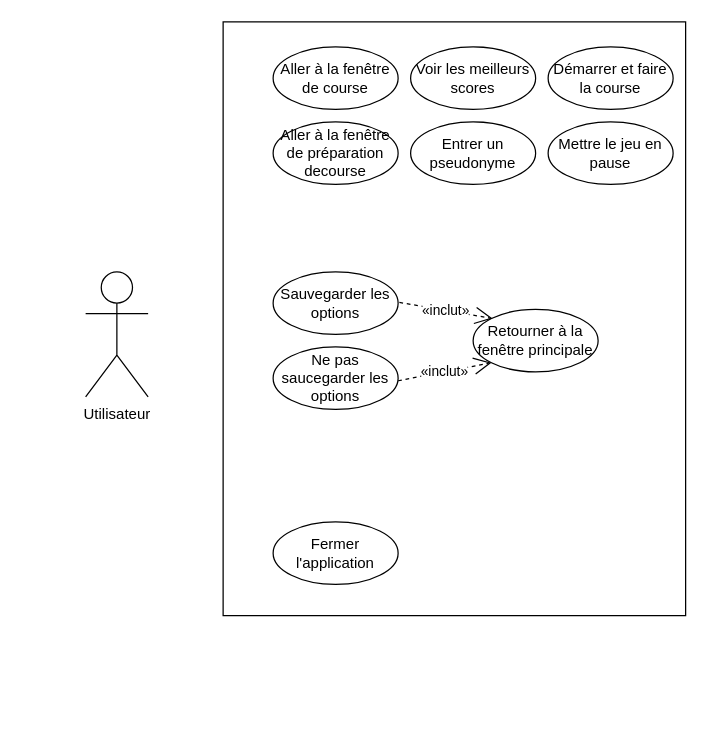
This is 2Fast4U/diagrammes/diagramme_cas_utilisation.drawio from Will-Dub/2Fast4U, a draw.io file, before an edit. Source tidied: cells renumbered, new cells numbered last; positions are measured from the earlier drawing's top-left corner, leaving out a move shared by most shapes. Both pictures are drawn from the tidied source at 125%, with x=0, y=0 at pixel (85, 21).
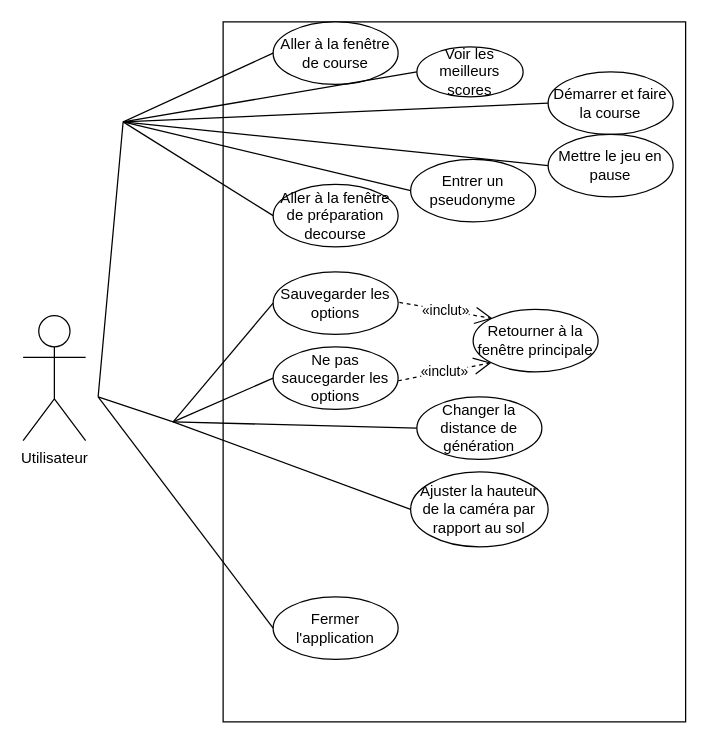
The same page after the edit.

Commit message (it also covers changes not shown here):
push nouveaux diagrammes

Unchanged cells that the change refers to:
```xml
<mxCell id="6" value="Sauvegarder les options" style="ellipse;whiteSpace=wrap;html=1;" parent="1" vertex="1">
  <mxGeometry x="150" y="200" width="100" height="50" as="geometry" />
</mxCell>
<mxCell id="8" value="Ne pas saucegarder les options" style="ellipse;whiteSpace=wrap;html=1;" parent="1" vertex="1">
  <mxGeometry x="150" y="260" width="100" height="50" as="geometry" />
</mxCell>
```

Change to the diagram source:
```diff
@@
     <mxCell id="2" value="Utilisateur" style="shape=umlActor;verticalLabelPosition=bottom;verticalAlign=top;html=1;" parent="1" vertex="1">
-      <mxGeometry y="200" width="50" height="100" as="geometry" />
+      <mxGeometry x="-50" y="235" width="50" height="100" as="geometry" />
     </mxCell>
     <mxCell id="3" style="rounded=0;whiteSpace=wrap;html=1;" parent="1" vertex="1">
-      <mxGeometry x="110" width="370" height="475" as="geometry" />
+      <mxGeometry x="110" width="370" height="560" as="geometry" />
     </mxCell>
     <mxCell id="4" value="Aller à la fenêtre de course" style="ellipse;whiteSpace=wrap;html=1;" parent="1" vertex="1">
-      <mxGeometry x="150" y="20" width="100" height="50" as="geometry" />
+      <mxGeometry x="150" width="100" height="50" as="geometry" />
     </mxCell>
     <mxCell id="5" value="Fermer l'application" style="ellipse;whiteSpace=wrap;html=1;" parent="1" vertex="1">
-      <mxGeometry x="150" y="400" width="100" height="50" as="geometry" />
+      <mxGeometry x="150" y="460" width="100" height="50" as="geometry" />
     </mxCell>
@@
     <mxCell id="11" value="Aller à la fenêtre de préparation decourse" style="ellipse;whiteSpace=wrap;html=1;" parent="1" vertex="1">
-      <mxGeometry x="150" y="80" width="100" height="50" as="geometry" />
+      <mxGeometry x="150" y="130" width="100" height="50" as="geometry" />
     </mxCell>
     <mxCell id="12" value="Voir les meilleurs scores" style="ellipse;whiteSpace=wrap;html=1;" parent="1" vertex="1">
-      <mxGeometry x="260" y="20" width="100" height="50" as="geometry" />
+      <mxGeometry x="265" y="20" width="85" height="40" as="geometry" />
     </mxCell>
     <mxCell id="13" value="Démarrer et faire la course" style="ellipse;whiteSpace=wrap;html=1;" parent="1" vertex="1">
-      <mxGeometry x="370" y="20" width="100" height="50" as="geometry" />
+      <mxGeometry x="370" y="40" width="100" height="50" as="geometry" />
     </mxCell>
     <mxCell id="14" value="Entrer un pseudonyme" style="ellipse;whiteSpace=wrap;html=1;" parent="1" vertex="1">
-      <mxGeometry x="260" y="80" width="100" height="50" as="geometry" />
+      <mxGeometry x="260" y="110" width="100" height="50" as="geometry" />
     </mxCell>
     <mxCell id="15" value="Mettre le jeu en pause" style="ellipse;whiteSpace=wrap;html=1;" parent="1" vertex="1">
-      <mxGeometry x="370" y="80" width="100" height="50" as="geometry" />
+      <mxGeometry x="370" y="90" width="100" height="50" as="geometry" />
     </mxCell>
+    <mxCell id="16" value="Changer la distance de génération" style="ellipse;whiteSpace=wrap;html=1;" parent="1" vertex="1">
+      <mxGeometry x="265" y="300" width="100" height="50" as="geometry" />
+    </mxCell>
+    <mxCell id="17" value="Ajuster la hauteur de la caméra par rapport au sol" style="ellipse;whiteSpace=wrap;html=1;" parent="1" vertex="1">
+      <mxGeometry x="260" y="360" width="110" height="60" as="geometry" />
+    </mxCell>
+    <mxCell id="18" style="endArrow=none;html=1;entryX=0;entryY=0.5;entryDx=0;entryDy=0;rounded=0;curved=0;" parent="1" edge="1" target="4">
+      <mxGeometry relative="1" as="geometry">
+        <mxPoint x="10" y="300" as="sourcePoint" />
+        <Array as="points">
+          <mxPoint x="30" y="80" />
+        </Array>
+      </mxGeometry>
+    </mxCell>
+    <mxCell id="19" style="endArrow=none;html=1;entryX=0;entryY=0.5;entryDx=0;entryDy=0;" parent="1" edge="1" target="12">
+      <mxGeometry relative="1" as="geometry">
+        <mxPoint x="30" y="80" as="sourcePoint" />
+      </mxGeometry>
+    </mxCell>
+    <mxCell id="20" style="endArrow=none;html=1;entryX=0;entryY=0.5;entryDx=0;entryDy=0;" parent="1" edge="1" target="13">
+      <mxGeometry relative="1" as="geometry">
+        <mxPoint x="30" y="80" as="sourcePoint" />
+      </mxGeometry>
+    </mxCell>
+    <mxCell id="21" style="endArrow=none;html=1;entryX=0;entryY=0.5;entryDx=0;entryDy=0;" parent="1" edge="1" target="15">
+      <mxGeometry relative="1" as="geometry">
+        <mxPoint x="30" y="80" as="sourcePoint" />
+      </mxGeometry>
+    </mxCell>
+    <mxCell id="22" style="endArrow=none;html=1;entryX=0;entryY=0.5;entryDx=0;entryDy=0;" parent="1" edge="1" target="14">
+      <mxGeometry relative="1" as="geometry">
+        <mxPoint x="30" y="80" as="sourcePoint" />
+      </mxGeometry>
+    </mxCell>
+    <mxCell id="23" style="endArrow=none;html=1;entryX=0;entryY=0.5;entryDx=0;entryDy=0;" parent="1" edge="1" target="11">
+      <mxGeometry relative="1" as="geometry">
+        <mxPoint x="30" y="80" as="sourcePoint" />
+      </mxGeometry>
+    </mxCell>
+    <mxCell id="24" style="endArrow=none;html=1;entryX=0;entryY=0.5;entryDx=0;entryDy=0;" parent="1" edge="1" target="6">
+      <mxGeometry relative="1" as="geometry">
+        <mxPoint x="70" y="320" as="sourcePoint" />
+      </mxGeometry>
+    </mxCell>
+    <mxCell id="25" style="endArrow=none;html=1;entryX=0;entryY=0.5;entryDx=0;entryDy=0;" parent="1" edge="1" target="8">
+      <mxGeometry relative="1" as="geometry">
+        <mxPoint x="70" y="320" as="sourcePoint" />
+      </mxGeometry>
+    </mxCell>
+    <mxCell id="26" style="endArrow=none;html=1;entryX=0;entryY=0.5;entryDx=0;entryDy=0;" parent="1" edge="1" target="17">
+      <mxGeometry relative="1" as="geometry">
+        <mxPoint x="70" y="320" as="sourcePoint" />
+      </mxGeometry>
+    </mxCell>
+    <mxCell id="27" style="endArrow=none;html=1;entryX=0;entryY=0.5;entryDx=0;entryDy=0;" parent="1" edge="1" target="16">
+      <mxGeometry relative="1" as="geometry">
+        <mxPoint x="70" y="320" as="sourcePoint" />
+      </mxGeometry>
+    </mxCell>
+    <mxCell id="28" style="endArrow=none;html=1;" parent="1" edge="1">
+      <mxGeometry relative="1" as="geometry">
+        <mxPoint x="70" y="320" as="sourcePoint" />
+        <mxPoint x="10" y="300" as="targetPoint" />
+      </mxGeometry>
+    </mxCell>
+    <mxCell id="29" style="endArrow=none;html=1;exitX=0;exitY=0.5;exitDx=0;exitDy=0;" parent="1" edge="1" source="5">
+      <mxGeometry relative="1" as="geometry">
+        <mxPoint x="10" y="300" as="targetPoint" />
+      </mxGeometry>
+    </mxCell>
```
